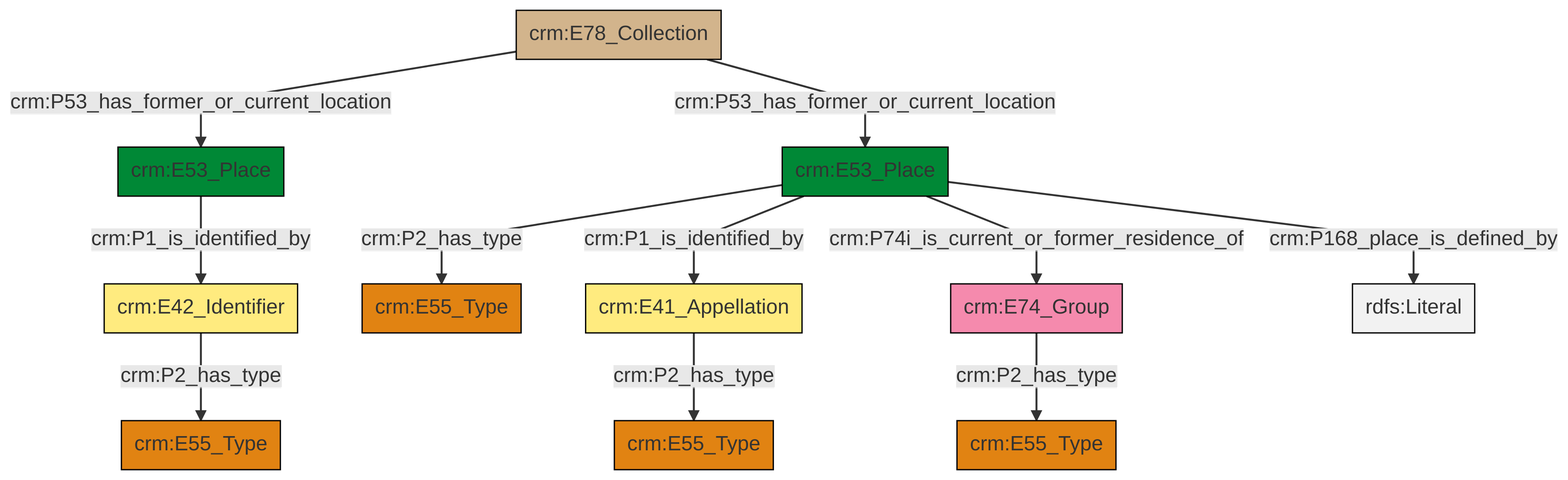
This is et/archivalCSV/ttl/mmd/png/archival_location.png from swiss-art-research-net/docs.swissartresearch, a Mermaid export, as it was before one commit. Its source is kept beside it as et/archivalCSV/ttl/mmd/archival_location.ttl.mmd.
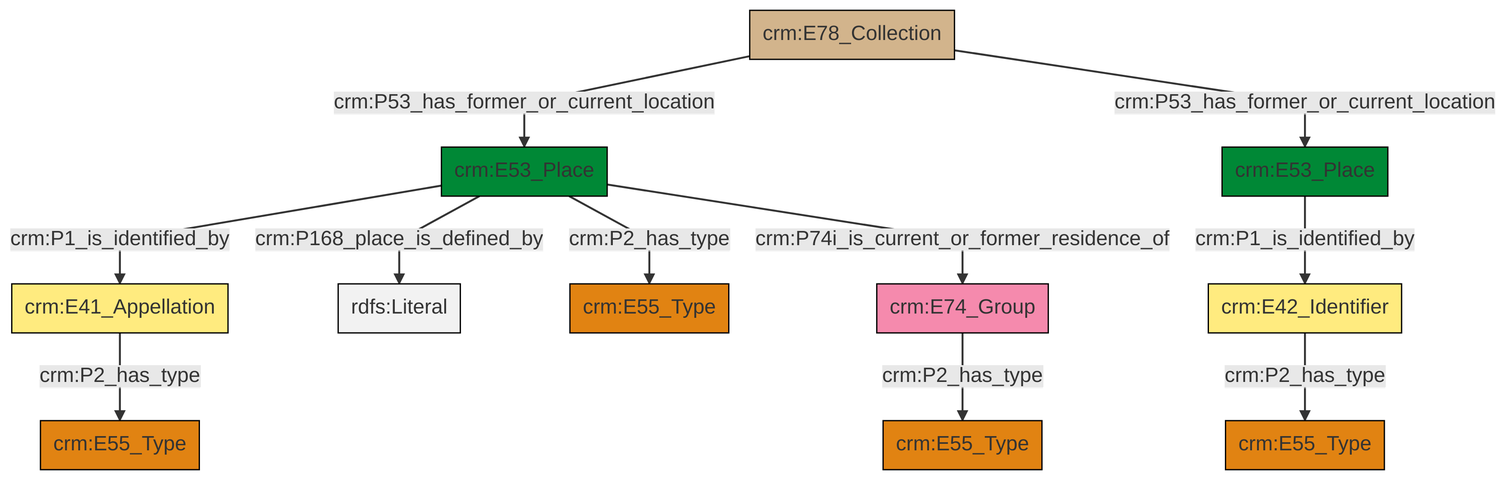
Above is the later version.

Change to the diagram source:
```diff
@@ -13,13 +13,13 @@
 classDef PC_Classes fill:#4ce600, stroke:#000000;
 classDef Multi fill:#cccccc,stroke:#000000;
 
-5["crm:E42_Identifier"]:::Appellation -->|crm:P2_has_type| 0["crm:E55_Type"]:::Type
-6["crm:E78_Collection"]:::Physical_Thing -->|crm:P53_has_former_or_current_location| 9["crm:E53_Place"]:::Place
-6["crm:E78_Collection"]:::Physical_Thing -->|crm:P53_has_former_or_current_location| 3["crm:E53_Place"]:::Place
-15["crm:E41_Appellation"]:::Appellation -->|crm:P2_has_type| 13["crm:E55_Type"]:::Type
-3["crm:E53_Place"]:::Place -->|crm:P2_has_type| 10["crm:E55_Type"]:::Type
-9["crm:E53_Place"]:::Place -->|crm:P1_is_identified_by| 5["crm:E42_Identifier"]:::Appellation
-20["crm:E74_Group"]:::Actor -->|crm:P2_has_type| 17["crm:E55_Type"]:::Type
-3["crm:E53_Place"]:::Place -->|crm:P168_place_is_defined_by| 22[rdfs:Literal]:::Literal
-3["crm:E53_Place"]:::Place -->|crm:P1_is_identified_by| 15["crm:E41_Appellation"]:::Appellation
-3["crm:E53_Place"]:::Place -->|crm:P74i_is_current_or_former_residence_of| 20["crm:E74_Group"]:::Actor
+2["crm:E78_Collection"]:::Physical_Thing -->|crm:P53_has_former_or_current_location| 0["crm:E53_Place"]:::Place
+0["crm:E53_Place"]:::Place -->|crm:P1_is_identified_by| 5["crm:E41_Appellation"]:::Appellation
+8["crm:E53_Place"]:::Place -->|crm:P1_is_identified_by| 9["crm:E42_Identifier"]:::Appellation
+0["crm:E53_Place"]:::Place -->|crm:P168_place_is_defined_by| 13[rdfs:Literal]:::Literal
+10["crm:E74_Group"]:::Actor -->|crm:P2_has_type| 6["crm:E55_Type"]:::Type
+9["crm:E42_Identifier"]:::Appellation -->|crm:P2_has_type| 15["crm:E55_Type"]:::Type
+5["crm:E41_Appellation"]:::Appellation -->|crm:P2_has_type| 16["crm:E55_Type"]:::Type
+0["crm:E53_Place"]:::Place -->|crm:P2_has_type| 3["crm:E55_Type"]:::Type
+2["crm:E78_Collection"]:::Physical_Thing -->|crm:P53_has_former_or_current_location| 8["crm:E53_Place"]:::Place
+0["crm:E53_Place"]:::Place -->|crm:P74i_is_current_or_former_residence_of| 10["crm:E74_Group"]:::Actor
```
